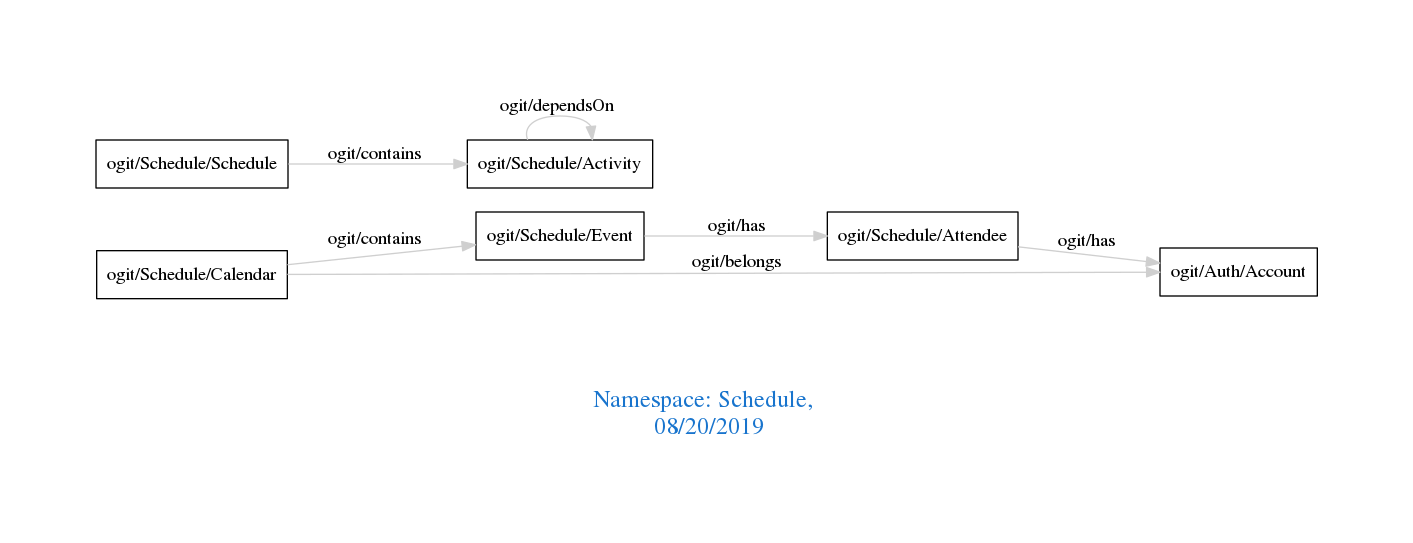
The Graphviz diagram downloads/Schedule.png in arago/OGIT, before a commit. Its source is kept beside it as downloads/Schedule.dot.
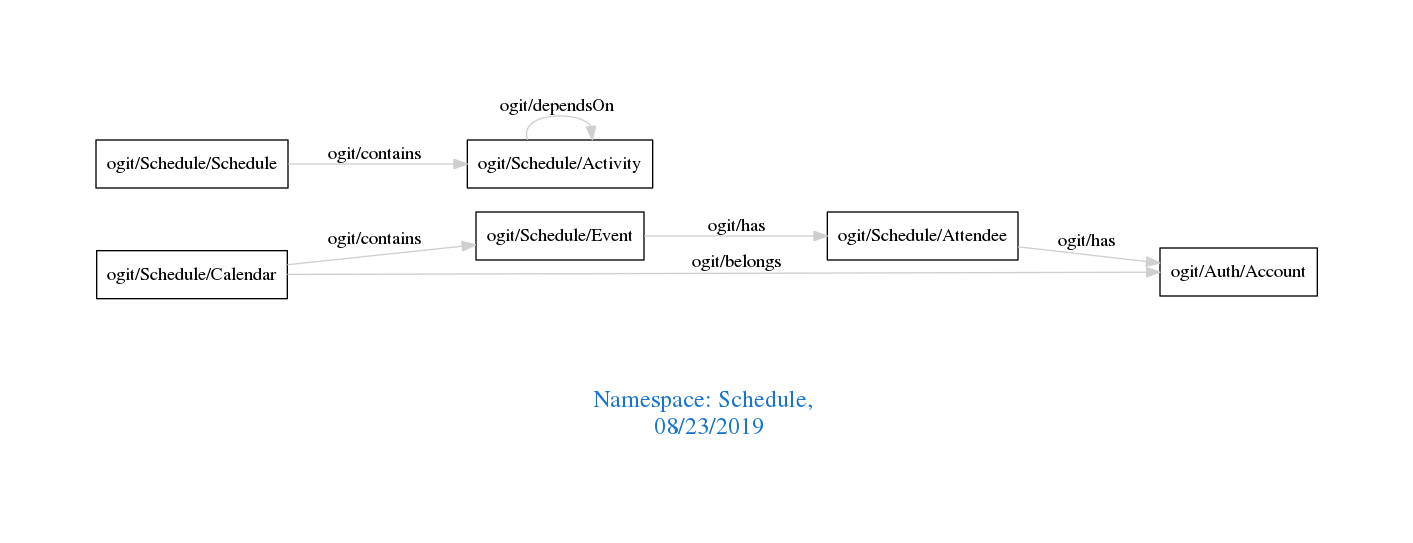
The same diagram one commit later.

Diff of the diagram source:
```diff
@@ -1,7 +1,7 @@
 digraph OGIT_ontology {
  graph [ rankdir= LR,pad=1
 fontsize = 18,
-fontcolor= dodgerblue3,label = "\n\n\nNamespace: Schedule, \n 08/20/2019"];
+fontcolor= dodgerblue3,label = "\n\n\nNamespace: Schedule, \n 08/23/2019"];
 node[shape=polygon];
 edge [  color="gray81"];
 
```
